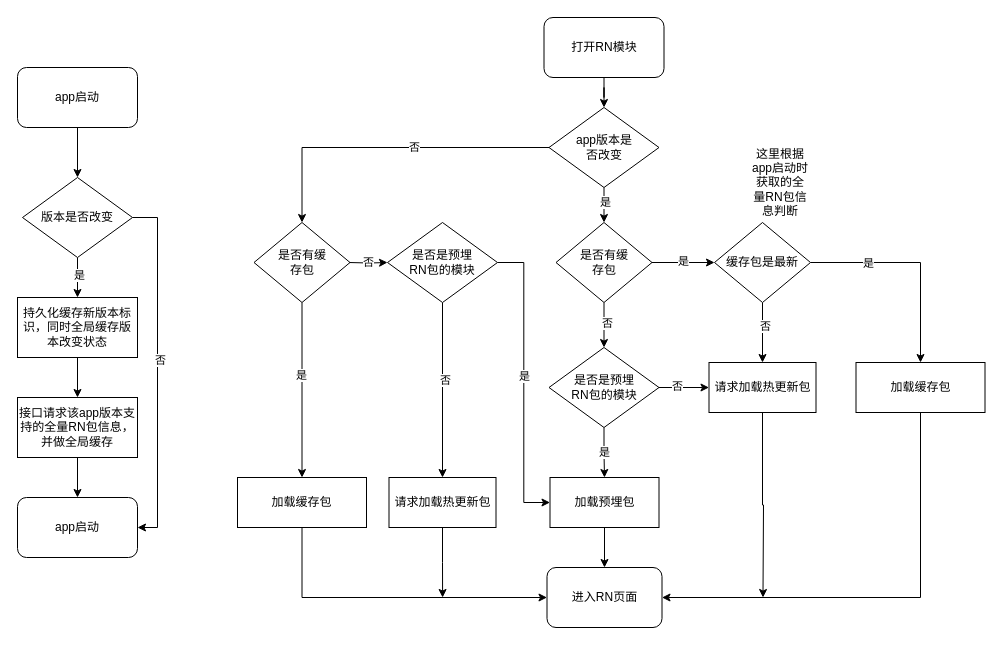
Before: app启动二.drawio in markweng/drawio, a draw.io diagram. Source tidied: cells renumbered, new cells numbered last; positions are measured from the earlier drawing's top-left corner, leaving out a move shared by most shapes. Both pictures are drawn from the tidied source at 100%, with x=0, y=0 at pixel (17, 17).
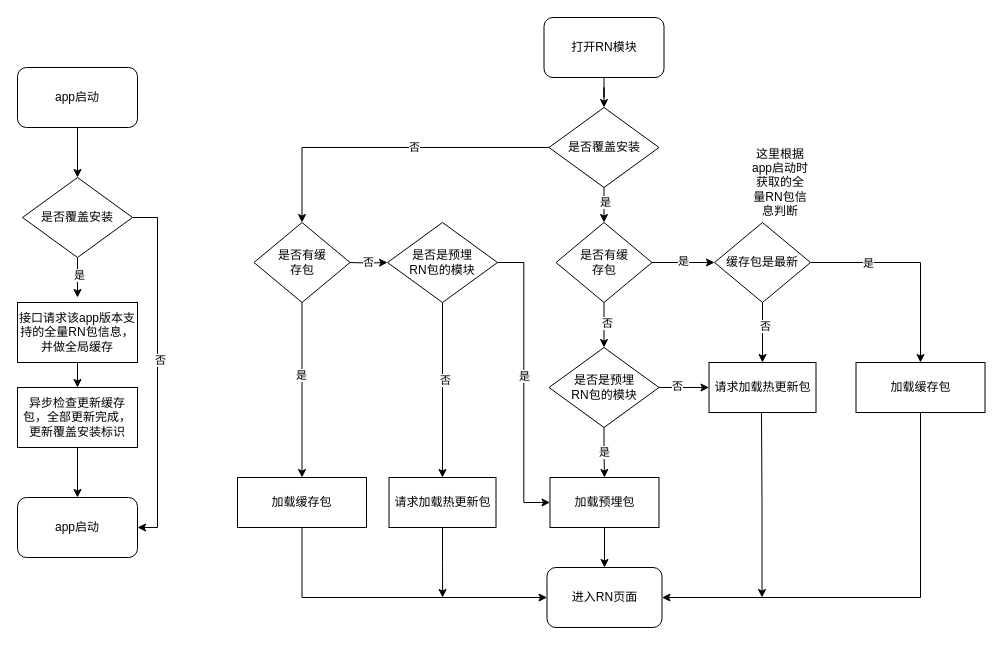
After the change.

Commit message:
更新app启动二.drawio

Unchanged cells that the change refers to:
```xml
<mxCell id="16" value="app启动" style="rounded=1;whiteSpace=wrap;html=1;" parent="1" vertex="1">
  <mxGeometry y="480" width="120" height="60" as="geometry" />
</mxCell>
<mxCell id="52" value="请求加载热更新包" style="rounded=0;whiteSpace=wrap;html=1;" parent="1" vertex="1">
  <mxGeometry x="691.5" y="345" width="107" height="50" as="geometry" />
</mxCell>
```

What changed in the source:
```diff
@@
-    <mxCell id="4" style="edgeStyle=orthogonalEdgeStyle;rounded=0;jettySize=auto;html=1;" parent="1" edge="1" source="8" target="15">
-      <mxGeometry relative="1" as="geometry" />
+    <mxCell id="4" style="edgeStyle=orthogonalEdgeStyle;rounded=0;jettySize=auto;html=1;" parent="1" edge="1" source="8">
+      <mxGeometry relative="1" as="geometry">
+        <mxPoint x="60" y="280" as="targetPoint" />
+      </mxGeometry>
     </mxCell>
@@
-    <mxCell id="8" value="版本是否改变" style="rhombus;whiteSpace=wrap;html=1;" parent="1" vertex="1">
+    <mxCell id="8" value="是否覆盖安装" style="rhombus;whiteSpace=wrap;html=1;" parent="1" vertex="1">
       <mxGeometry x="5" y="160" width="110" height="80" as="geometry" />
     </mxCell>
@@
-    <mxCell id="13" value="app版本是&lt;br&gt;否改变" style="rhombus;whiteSpace=wrap;html=1;" parent="1" vertex="1">
+    <mxCell id="13" value="是否覆盖安装" style="rhombus;whiteSpace=wrap;html=1;" parent="1" vertex="1">
       <mxGeometry x="531.5" y="90" width="110" height="80" as="geometry" />
     </mxCell>
-    <mxCell id="14" style="edgeStyle=orthogonalEdgeStyle;rounded=0;jettySize=auto;html=1;exitX=0.5;exitY=1;exitDx=0;exitDy=0;" parent="1" edge="1" source="15" target="40">
-      <mxGeometry relative="1" as="geometry" />
-    </mxCell>
-    <mxCell id="15" value="持久化缓存新版本标识，同时全局缓存版本改变状态" style="whiteSpace=wrap;html=1;" parent="1" vertex="1">
-      <mxGeometry y="280" width="120" height="60" as="geometry" />
-    </mxCell>
@@
-    <mxCell id="39" style="edgeStyle=orthogonalEdgeStyle;rounded=0;jettySize=auto;html=1;exitX=0.5;exitY=1;exitDx=0;exitDy=0;entryX=0.5;entryY=0;entryDx=0;entryDy=0;" parent="1" edge="1" source="40" target="16">
-      <mxGeometry relative="1" as="geometry" />
-    </mxCell>
+    <mxCell id="56" style="edgeStyle=orthogonalEdgeStyle;rounded=0;jettySize=auto;html=1;" parent="1" edge="1" source="40" target="58">
+      <mxGeometry relative="1" as="geometry" />
+    </mxCell>
     <mxCell id="40" value="接口请求该app版本支持的全量RN包信息，并做全局缓存" style="whiteSpace=wrap;html=1;" parent="1" vertex="1">
-      <mxGeometry y="380" width="120" height="60" as="geometry" />
+      <mxGeometry y="285" width="120" height="60" as="geometry" />
     </mxCell>
@@
-    <mxCell id="51" style="edgeStyle=orthogonalEdgeStyle;rounded=0;jettySize=auto;html=1;exitX=0.5;exitY=1;exitDx=0;exitDy=0;" parent="1" edge="1" source="52">
+    <mxCell id="51" style="edgeStyle=orthogonalEdgeStyle;rounded=0;orthogonalLoop=1;jettySize=auto;html=1;exitX=0.5;exitY=1;exitDx=0;exitDy=0;" parent="1" edge="1">
       <mxGeometry relative="1" as="geometry">
-        <mxPoint x="745.5" y="580" as="targetPoint" />
+        <mxPoint x="744" y="395" as="sourcePoint" />
+        <mxPoint x="744.5" y="580" as="targetPoint" />
       </mxGeometry>
     </mxCell>
@@
+    <mxCell id="57" style="edgeStyle=orthogonalEdgeStyle;rounded=0;jettySize=auto;html=1;" parent="1" edge="1" source="58" target="16">
+      <mxGeometry relative="1" as="geometry" />
+    </mxCell>
+    <mxCell id="58" value="异步检查更新缓存包，全部更新完成，更新覆盖安装标识" style="whiteSpace=wrap;html=1;" parent="1" vertex="1">
+      <mxGeometry y="370" width="120" height="60" as="geometry" />
+    </mxCell>
```
